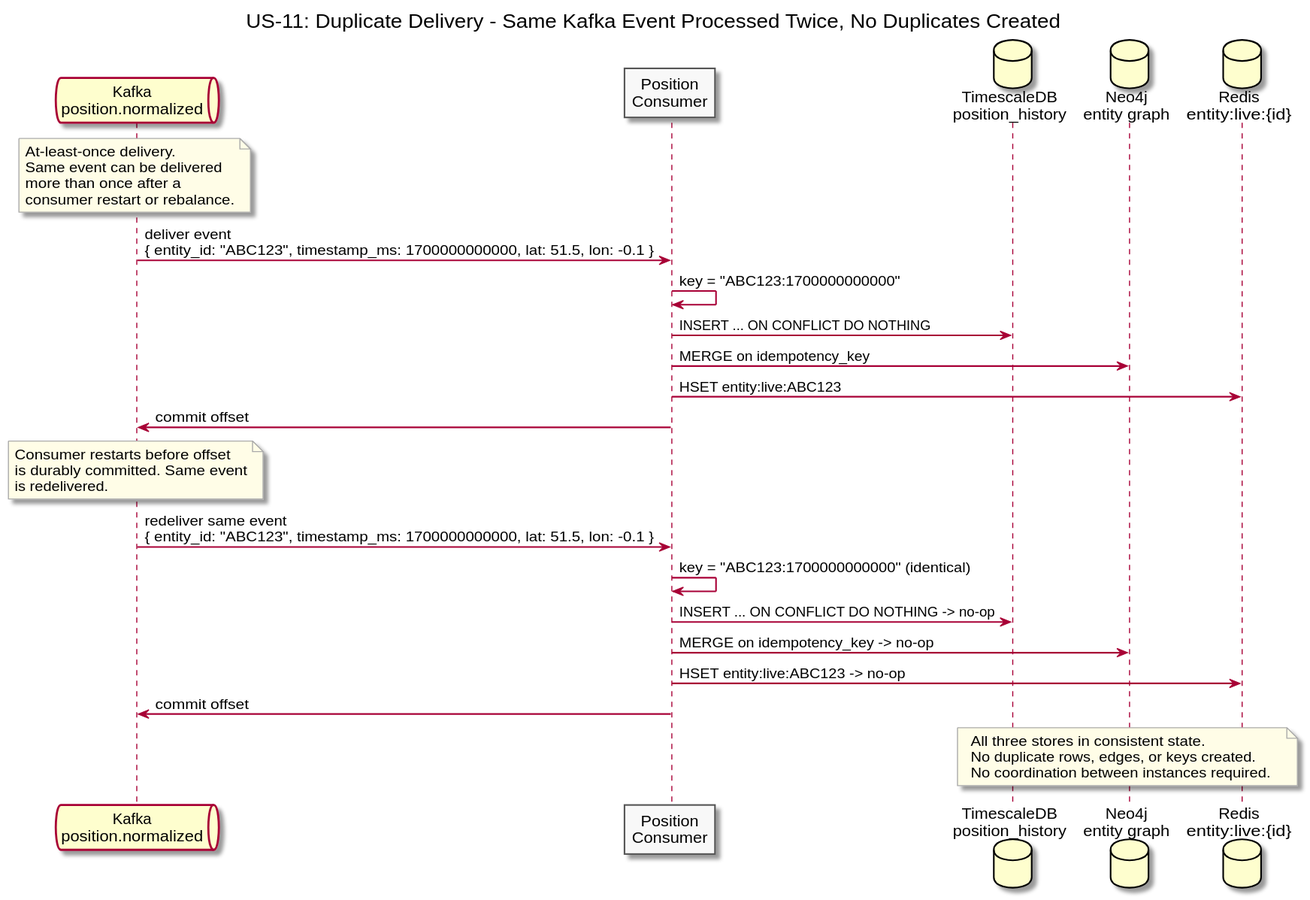
Before: diagrams/docs/use-cases/US-11-idempotent-writes/duplicate-delivery.svg, a diagram exported from PlantUML (Buffden/sentinel). Source of this version:
```plantuml
@startuml duplicate-delivery
title US-11: Duplicate Delivery - Same Kafka Event Processed Twice, No Duplicates Created

skinparam sequenceArrowThickness 1.5
skinparam participantBorderColor #555555
skinparam participantBackgroundColor #F8F8F8
skinparam noteBorderColor #AAAAAA
skinparam noteBackgroundColor #FFFDE7

queue "Kafka\nposition.normalized" as Kafka
participant "Position\nConsumer" as Consumer
database "TimescaleDB\nposition_history" as TSDB
database "Neo4j\nentity graph" as Neo4j
database "Redis\nentity:live:{id}" as Redis

note over Kafka
  At-least-once delivery.
  Same event can be delivered
  more than once after a
  consumer restart or rebalance.
end note

Kafka -> Consumer : deliver event\n{ entity_id: "ABC123", timestamp_ms: 1700000000000, lat: 51.5, lon: -0.1 }
Consumer -> Consumer : key = "ABC123:1700000000000"
Consumer -> TSDB : INSERT ... ON CONFLICT DO NOTHING
Consumer -> Neo4j : MERGE on idempotency_key
Consumer -> Redis : HSET entity:live:ABC123
Consumer -> Kafka : commit offset

note over Kafka
  Consumer restarts before offset
  is durably committed. Same event
  is redelivered.
end note

Kafka -> Consumer : redeliver same event\n{ entity_id: "ABC123", timestamp_ms: 1700000000000, lat: 51.5, lon: -0.1 }
Consumer -> Consumer : key = "ABC123:1700000000000" (identical)
Consumer -> TSDB : INSERT ... ON CONFLICT DO NOTHING -> no-op
Consumer -> Neo4j : MERGE on idempotency_key -> no-op
Consumer -> Redis : HSET entity:live:ABC123 -> no-op
Consumer -> Kafka : commit offset

note over TSDB, Redis
  All three stores in consistent state.
  No duplicate rows, edges, or keys created.
  No coordination between instances required.
end note

@enduml
```
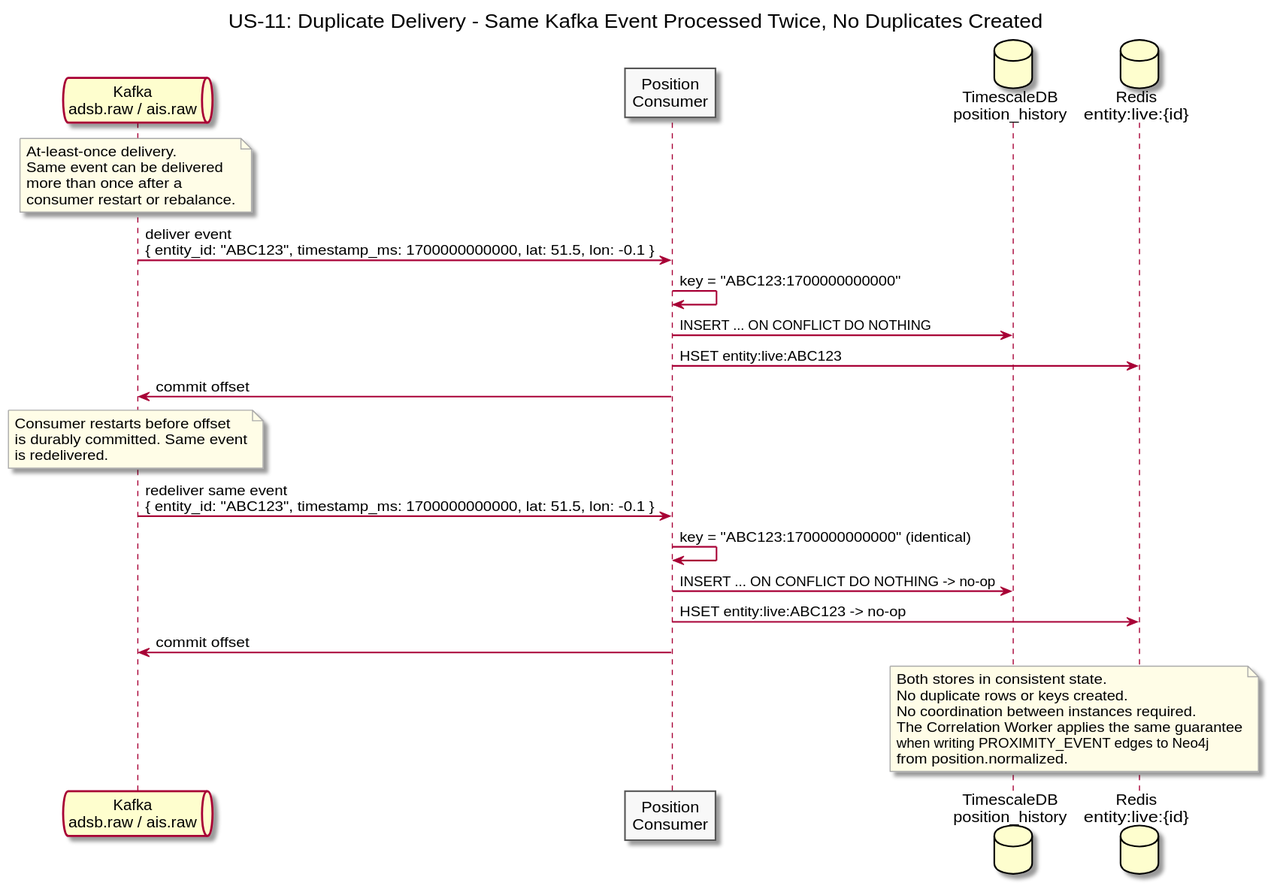
The same file after the commit.

What changed in the source:
```diff
@@ -7,10 +7,9 @@
 skinparam noteBorderColor #AAAAAA
 skinparam noteBackgroundColor #FFFDE7
 
-queue "Kafka\nposition.normalized" as Kafka
+queue "Kafka\nadsb.raw / ais.raw" as Kafka
 participant "Position\nConsumer" as Consumer
 database "TimescaleDB\nposition_history" as TSDB
-database "Neo4j\nentity graph" as Neo4j
 database "Redis\nentity:live:{id}" as Redis
 
 note over Kafka
@@ -23,7 +22,6 @@
 Kafka -> Consumer : deliver event\n{ entity_id: "ABC123", timestamp_ms: 1700000000000, lat: 51.5, lon: -0.1 }
 Consumer -> Consumer : key = "ABC123:1700000000000"
 Consumer -> TSDB : INSERT ... ON CONFLICT DO NOTHING
-Consumer -> Neo4j : MERGE on idempotency_key
 Consumer -> Redis : HSET entity:live:ABC123
 Consumer -> Kafka : commit offset
 
@@ -36,14 +34,16 @@
 Kafka -> Consumer : redeliver same event\n{ entity_id: "ABC123", timestamp_ms: 1700000000000, lat: 51.5, lon: -0.1 }
 Consumer -> Consumer : key = "ABC123:1700000000000" (identical)
 Consumer -> TSDB : INSERT ... ON CONFLICT DO NOTHING -> no-op
-Consumer -> Neo4j : MERGE on idempotency_key -> no-op
 Consumer -> Redis : HSET entity:live:ABC123 -> no-op
 Consumer -> Kafka : commit offset
 
 note over TSDB, Redis
-  All three stores in consistent state.
-  No duplicate rows, edges, or keys created.
+  Both stores in consistent state.
+  No duplicate rows or keys created.
   No coordination between instances required.
+  The Correlation Worker applies the same guarantee
+  when writing PROXIMITY_EVENT edges to Neo4j
+  from position.normalized.
 end note
 
 @enduml
```
